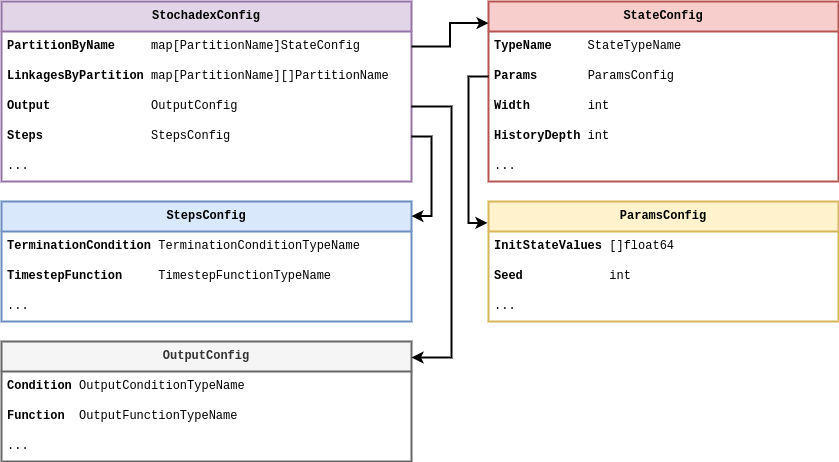
umbralcalc/worlds-of-observation keeps this draw.io diagram as images/stochadex-data-types.drawio.png. Above is the earlier version. Source tidied: cells renumbered, new cells last; positions are measured from the earlier drawing's top-left corner, leaving out a move shared by most shapes.
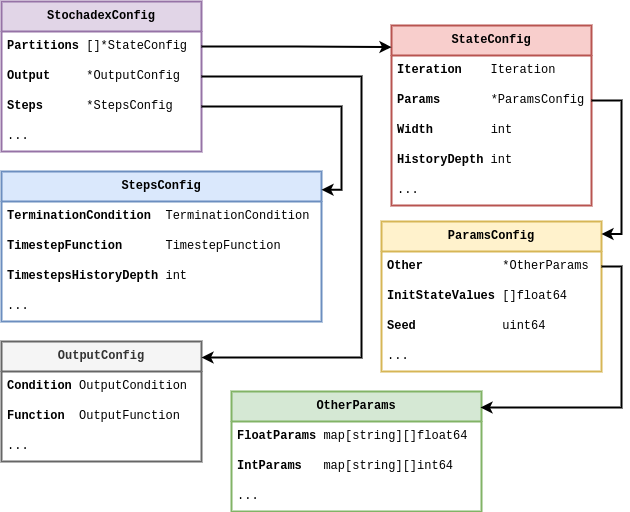
After the commit.

Commit message:
changed diagrams of code in manuscript

The edit, as a diff of the source:
```diff
@@ -3,98 +3,121 @@
     <mxCell id="0" />
     <mxCell id="1" parent="0" />
     <mxCell id="2" value="&lt;b&gt;StochadexConfig&lt;/b&gt;" style="swimlane;fontStyle=0;horizontal=1;startSize=30;whiteSpace=wrap;html=1;fontFamily=Courier New;fillColor=#e1d5e7;strokeColor=#9673a6;strokeWidth=2;" parent="1" vertex="1">
-      <mxGeometry width="410" height="180" as="geometry" />
+      <mxGeometry width="200" height="150" as="geometry" />
     </mxCell>
-    <mxCell id="3" value="&lt;b&gt;PartitionByName&lt;/b&gt;&amp;nbsp; &amp;nbsp; &amp;nbsp;map[PartitionName]StateConfig" style="text;strokeColor=none;fillColor=none;align=left;verticalAlign=middle;spacingLeft=4;spacingRight=4;overflow=hidden;points=[[0,0.5],[1,0.5]];portConstraint=eastwest;whiteSpace=wrap;html=1;fontFamily=Courier New;" parent="2" vertex="1">
-      <mxGeometry y="30" width="410" height="30" as="geometry" />
+    <mxCell id="3" value="&lt;b&gt;Partitions&amp;nbsp;&lt;/b&gt;[]*StateConfig" style="text;strokeColor=none;fillColor=none;align=left;verticalAlign=middle;spacingLeft=4;spacingRight=4;overflow=hidden;points=[[0,0.5],[1,0.5]];portConstraint=eastwest;whiteSpace=wrap;html=1;fontFamily=Courier New;" parent="2" vertex="1">
+      <mxGeometry y="30" width="200" height="30" as="geometry" />
     </mxCell>
-    <mxCell id="4" value="&lt;b&gt;LinkagesByPartition&lt;/b&gt; map[PartitionName][]PartitionName" style="text;strokeColor=none;fillColor=none;align=left;verticalAlign=middle;spacingLeft=4;spacingRight=4;overflow=hidden;whiteSpace=wrap;html=1;fontFamily=Courier New;" parent="2" vertex="1">
-      <mxGeometry y="60" width="410" height="30" as="geometry" />
-    </mxCell>
-    <mxCell id="5" value="&lt;b&gt;Output&lt;/b&gt;&amp;nbsp; &amp;nbsp; &amp;nbsp; &amp;nbsp; &amp;nbsp; &amp;nbsp; &amp;nbsp; OutputConfig" style="text;strokeColor=none;fillColor=none;align=left;verticalAlign=middle;spacingLeft=4;spacingRight=4;overflow=hidden;points=[[0,0.5],[1,0.5]];portConstraint=eastwest;whiteSpace=wrap;html=1;fontFamily=Courier New;" parent="2" vertex="1">
-      <mxGeometry y="90" width="410" height="30" as="geometry" />
+    <mxCell id="5" value="&lt;b&gt;Output&amp;nbsp; &amp;nbsp; &amp;nbsp;&lt;/b&gt;*OutputConfig" style="text;strokeColor=none;fillColor=none;align=left;verticalAlign=middle;spacingLeft=4;spacingRight=4;overflow=hidden;points=[[0,0.5],[1,0.5]];portConstraint=eastwest;whiteSpace=wrap;html=1;fontFamily=Courier New;" parent="2" vertex="1">
+      <mxGeometry y="60" width="200" height="30" as="geometry" />
     </mxCell>
-    <mxCell id="6" value="&lt;b&gt;Steps&lt;/b&gt;&amp;nbsp; &amp;nbsp; &amp;nbsp; &amp;nbsp; &amp;nbsp; &amp;nbsp; &amp;nbsp; &amp;nbsp;StepsConfig" style="text;strokeColor=none;fillColor=none;align=left;verticalAlign=middle;spacingLeft=4;spacingRight=4;overflow=hidden;points=[[0,0.5],[1,0.5]];portConstraint=eastwest;whiteSpace=wrap;html=1;fontFamily=Courier New;" parent="2" vertex="1">
-      <mxGeometry y="120" width="410" height="30" as="geometry" />
+    <mxCell id="6" value="&lt;b&gt;Steps&lt;/b&gt;&amp;nbsp; &amp;nbsp; &amp;nbsp; *StepsConfig" style="text;strokeColor=none;fillColor=none;align=left;verticalAlign=middle;spacingLeft=4;spacingRight=4;overflow=hidden;points=[[0,0.5],[1,0.5]];portConstraint=eastwest;whiteSpace=wrap;html=1;fontFamily=Courier New;" parent="2" vertex="1">
+      <mxGeometry y="90" width="200" height="30" as="geometry" />
     </mxCell>
     <mxCell id="7" value="..." style="text;strokeColor=none;fillColor=none;align=left;verticalAlign=middle;spacingLeft=4;spacingRight=4;overflow=hidden;whiteSpace=wrap;html=1;fontFamily=Courier New;" parent="2" vertex="1">
-      <mxGeometry y="150" width="410" height="30" as="geometry" />
+      <mxGeometry y="120" width="200" height="30" as="geometry" />
     </mxCell>
     <mxCell id="8" value="&lt;b&gt;StateConfig&lt;/b&gt;" style="swimlane;fontStyle=0;horizontal=1;startSize=30;whiteSpace=wrap;html=1;fontFamily=Courier New;fillColor=#f8cecc;strokeColor=#b85450;strokeWidth=2;" parent="1" vertex="1">
-      <mxGeometry x="487" width="350" height="180" as="geometry" />
+      <mxGeometry x="390" y="24" width="200" height="180" as="geometry" />
     </mxCell>
-    <mxCell id="9" value="&lt;b&gt;TypeName&lt;/b&gt;&amp;nbsp; &amp;nbsp; &amp;nbsp;StateTypeName" style="text;strokeColor=none;fillColor=none;align=left;verticalAlign=middle;spacingLeft=4;spacingRight=4;overflow=hidden;whiteSpace=wrap;html=1;fontFamily=Courier New;" parent="8" vertex="1">
-      <mxGeometry y="30" width="350" height="30" as="geometry" />
+    <mxCell id="9" value="&lt;b&gt;Iteration&lt;/b&gt;&amp;nbsp; &amp;nbsp; Iteration" style="text;strokeColor=none;fillColor=none;align=left;verticalAlign=middle;spacingLeft=4;spacingRight=4;overflow=hidden;whiteSpace=wrap;html=1;fontFamily=Courier New;" parent="8" vertex="1">
+      <mxGeometry y="30" width="200" height="30" as="geometry" />
     </mxCell>
-    <mxCell id="10" value="&lt;b&gt;Params&amp;nbsp;&lt;/b&gt; &amp;nbsp; &amp;nbsp; &amp;nbsp;ParamsConfig" style="text;strokeColor=none;fillColor=none;align=left;verticalAlign=middle;spacingLeft=4;spacingRight=4;overflow=hidden;points=[[0,0.5],[1,0.5]];portConstraint=eastwest;whiteSpace=wrap;html=1;fontFamily=Courier New;" parent="8" vertex="1">
-      <mxGeometry y="60" width="350" height="30" as="geometry" />
+    <mxCell id="10" value="&lt;b&gt;Params&amp;nbsp;&lt;/b&gt;&amp;nbsp; &amp;nbsp; &amp;nbsp; *ParamsConfig" style="text;strokeColor=none;fillColor=none;align=left;verticalAlign=middle;spacingLeft=4;spacingRight=4;overflow=hidden;points=[[0,0.5],[1,0.5]];portConstraint=eastwest;whiteSpace=wrap;html=1;fontFamily=Courier New;" parent="8" vertex="1">
+      <mxGeometry y="60" width="200" height="30" as="geometry" />
     </mxCell>
     <mxCell id="11" value="&lt;b&gt;Width&lt;/b&gt;&amp;nbsp; &amp;nbsp; &amp;nbsp; &amp;nbsp; int" style="text;strokeColor=none;fillColor=none;align=left;verticalAlign=middle;spacingLeft=4;spacingRight=4;overflow=hidden;whiteSpace=wrap;html=1;fontFamily=Courier New;" parent="8" vertex="1">
-      <mxGeometry y="90" width="350" height="30" as="geometry" />
+      <mxGeometry y="90" width="200" height="30" as="geometry" />
     </mxCell>
     <mxCell id="12" value="&lt;b&gt;HistoryDepth&lt;/b&gt; int" style="text;strokeColor=none;fillColor=none;align=left;verticalAlign=middle;spacingLeft=4;spacingRight=4;overflow=hidden;whiteSpace=wrap;html=1;fontFamily=Courier New;" parent="8" vertex="1">
-      <mxGeometry y="120" width="350" height="30" as="geometry" />
+      <mxGeometry y="120" width="200" height="30" as="geometry" />
     </mxCell>
     <mxCell id="13" value="..." style="text;strokeColor=none;fillColor=none;align=left;verticalAlign=middle;spacingLeft=4;spacingRight=4;overflow=hidden;whiteSpace=wrap;html=1;fontFamily=Courier New;" parent="8" vertex="1">
-      <mxGeometry y="150" width="350" height="30" as="geometry" />
+      <mxGeometry y="150" width="200" height="30" as="geometry" />
     </mxCell>
     <mxCell id="14" style="edgeStyle=orthogonalEdgeStyle;rounded=0;jettySize=auto;html=1;entryX=0;entryY=0.12;entryDx=0;entryDy=0;entryPerimeter=0;strokeWidth=2;" parent="1" edge="1" source="3" target="8">
       <mxGeometry relative="1" as="geometry" />
     </mxCell>
     <mxCell id="15" value="&lt;b&gt;StepsConfig&lt;/b&gt;" style="swimlane;fontStyle=0;horizontal=1;startSize=30;whiteSpace=wrap;html=1;fontFamily=Courier New;fillColor=#dae8fc;strokeColor=#6c8ebf;strokeWidth=2;" parent="1" vertex="1">
-      <mxGeometry y="200" width="410" height="120" as="geometry" />
+      <mxGeometry y="170" width="320" height="150" as="geometry" />
     </mxCell>
-    <mxCell id="16" value="&lt;b&gt;TerminationCondition&lt;/b&gt; TerminationConditionTypeName" style="text;strokeColor=none;fillColor=none;align=left;verticalAlign=middle;spacingLeft=4;spacingRight=4;overflow=hidden;whiteSpace=wrap;html=1;fontFamily=Courier New;" parent="15" vertex="1">
-      <mxGeometry y="30" width="410" height="30" as="geometry" />
+    <mxCell id="16" value="&lt;b&gt;TerminationCondition&lt;/b&gt;&amp;nbsp; TerminationCondition" style="text;strokeColor=none;fillColor=none;align=left;verticalAlign=middle;spacingLeft=4;spacingRight=4;overflow=hidden;whiteSpace=wrap;html=1;fontFamily=Courier New;" parent="15" vertex="1">
+      <mxGeometry y="30" width="320" height="30" as="geometry" />
     </mxCell>
-    <mxCell id="17" value="&lt;b&gt;TimestepFunction&lt;/b&gt;&amp;nbsp; &amp;nbsp; &amp;nbsp;TimestepFunctionTypeName" style="text;strokeColor=none;fillColor=none;align=left;verticalAlign=middle;spacingLeft=4;spacingRight=4;overflow=hidden;whiteSpace=wrap;html=1;fontFamily=Courier New;" parent="15" vertex="1">
-      <mxGeometry y="60" width="410" height="30" as="geometry" />
+    <mxCell id="17" value="&lt;b&gt;TimestepFunction&lt;/b&gt;&amp;nbsp; &amp;nbsp; &amp;nbsp; TimestepFunction" style="text;strokeColor=none;fillColor=none;align=left;verticalAlign=middle;spacingLeft=4;spacingRight=4;overflow=hidden;whiteSpace=wrap;html=1;fontFamily=Courier New;" parent="15" vertex="1">
+      <mxGeometry y="60" width="320" height="30" as="geometry" />
     </mxCell>
+    <mxCell id="30" value="&lt;b&gt;TimestepsHistoryDepth &lt;/b&gt;int" style="text;strokeColor=none;fillColor=none;align=left;verticalAlign=middle;spacingLeft=4;spacingRight=4;overflow=hidden;whiteSpace=wrap;html=1;fontFamily=Courier New;" parent="15" vertex="1">
+      <mxGeometry y="90" width="320" height="30" as="geometry" />
+    </mxCell>
     <mxCell id="18" value="..." style="text;strokeColor=none;fillColor=none;align=left;verticalAlign=middle;spacingLeft=4;spacingRight=4;overflow=hidden;whiteSpace=wrap;html=1;fontFamily=Courier New;" parent="15" vertex="1">
-      <mxGeometry y="90" width="410" height="30" as="geometry" />
+      <mxGeometry y="120" width="320" height="30" as="geometry" />
     </mxCell>
     <mxCell id="19" value="&lt;b&gt;ParamsConfig&lt;/b&gt;" style="swimlane;fontStyle=0;horizontal=1;startSize=30;whiteSpace=wrap;html=1;fontFamily=Courier New;strokeWidth=2;fillColor=#fff2cc;strokeColor=#d6b656;" parent="1" vertex="1">
-      <mxGeometry x="487" y="200" width="350" height="120" as="geometry" />
+      <mxGeometry x="380" y="220" width="220" height="150" as="geometry" />
     </mxCell>
+    <mxCell id="31" value="&lt;b&gt;Other&lt;/b&gt;&amp;nbsp; &amp;nbsp; &amp;nbsp; &amp;nbsp; &amp;nbsp; &amp;nbsp;*OtherParams" style="text;strokeColor=none;fillColor=none;align=left;verticalAlign=middle;spacingLeft=4;spacingRight=4;overflow=hidden;points=[[0,0.5],[1,0.5]];portConstraint=eastwest;whiteSpace=wrap;html=1;fontFamily=Courier New;" parent="19" vertex="1">
+      <mxGeometry y="30" width="220" height="30" as="geometry" />
+    </mxCell>
     <mxCell id="20" value="&lt;b&gt;InitStateValues&lt;/b&gt; []float64" style="text;strokeColor=none;fillColor=none;align=left;verticalAlign=middle;spacingLeft=4;spacingRight=4;overflow=hidden;whiteSpace=wrap;html=1;fontFamily=Courier New;" parent="19" vertex="1">
-      <mxGeometry y="30" width="350" height="30" as="geometry" />
+      <mxGeometry y="60" width="220" height="30" as="geometry" />
     </mxCell>
-    <mxCell id="21" value="&lt;b&gt;Seed&lt;/b&gt;&amp;nbsp; &amp;nbsp; &amp;nbsp; &amp;nbsp; &amp;nbsp; &amp;nbsp; int" style="text;strokeColor=none;fillColor=none;align=left;verticalAlign=middle;spacingLeft=4;spacingRight=4;overflow=hidden;whiteSpace=wrap;html=1;fontFamily=Courier New;" parent="19" vertex="1">
-      <mxGeometry y="60" width="350" height="30" as="geometry" />
+    <mxCell id="21" value="&lt;b&gt;Seed&lt;/b&gt;&amp;nbsp; &amp;nbsp; &amp;nbsp; &amp;nbsp; &amp;nbsp; &amp;nbsp; uint64" style="text;strokeColor=none;fillColor=none;align=left;verticalAlign=middle;spacingLeft=4;spacingRight=4;overflow=hidden;whiteSpace=wrap;html=1;fontFamily=Courier New;" parent="19" vertex="1">
+      <mxGeometry y="90" width="220" height="30" as="geometry" />
     </mxCell>
     <mxCell id="22" value="..." style="text;strokeColor=none;fillColor=none;align=left;verticalAlign=middle;spacingLeft=4;spacingRight=4;overflow=hidden;whiteSpace=wrap;html=1;fontFamily=Courier New;" parent="19" vertex="1">
-      <mxGeometry y="90" width="350" height="30" as="geometry" />
+      <mxGeometry y="120" width="220" height="30" as="geometry" />
     </mxCell>
-    <mxCell id="23" style="edgeStyle=orthogonalEdgeStyle;rounded=0;jettySize=auto;html=1;entryX=-0.003;entryY=0.178;entryDx=0;entryDy=0;entryPerimeter=0;strokeWidth=2;" parent="1" edge="1" source="10" target="19">
+    <mxCell id="23" style="edgeStyle=orthogonalEdgeStyle;rounded=0;jettySize=auto;html=1;entryX=1;entryY=0.083;entryDx=0;entryDy=0;entryPerimeter=0;strokeWidth=2;exitX=1;exitY=0.5;exitDx=0;exitDy=0;" parent="1" edge="1" source="10" target="19">
       <mxGeometry relative="1" as="geometry" />
     </mxCell>
     <mxCell id="24" style="edgeStyle=orthogonalEdgeStyle;rounded=0;jettySize=auto;html=1;entryX=1;entryY=0.122;entryDx=0;entryDy=0;strokeWidth=2;entryPerimeter=0;exitX=1;exitY=0.5;exitDx=0;exitDy=0;" parent="1" edge="1" source="6" target="15">
       <mxGeometry relative="1" as="geometry">
         <Array as="points">
-          <mxPoint x="430" y="135" />
-          <mxPoint x="430" y="215" />
+          <mxPoint x="340" y="105" />
+          <mxPoint x="340" y="188" />
         </Array>
       </mxGeometry>
     </mxCell>
     <mxCell id="25" value="&lt;b&gt;OutputConfig&lt;/b&gt;" style="swimlane;fontStyle=0;horizontal=1;startSize=30;whiteSpace=wrap;html=1;fontFamily=Courier New;fillColor=#f5f5f5;strokeColor=#666666;strokeWidth=2;fontColor=#333333;" parent="1" vertex="1">
-      <mxGeometry y="340" width="410" height="120" as="geometry" />
+      <mxGeometry y="340" width="200" height="120" as="geometry" />
     </mxCell>
-    <mxCell id="26" value="&lt;b&gt;Condition&lt;/b&gt; OutputConditionTypeName" style="text;strokeColor=none;fillColor=none;align=left;verticalAlign=middle;spacingLeft=4;spacingRight=4;overflow=hidden;whiteSpace=wrap;html=1;fontFamily=Courier New;" parent="25" vertex="1">
-      <mxGeometry y="30" width="410" height="30" as="geometry" />
+    <mxCell id="26" value="&lt;b&gt;Condition&lt;/b&gt; OutputCondition" style="text;strokeColor=none;fillColor=none;align=left;verticalAlign=middle;spacingLeft=4;spacingRight=4;overflow=hidden;whiteSpace=wrap;html=1;fontFamily=Courier New;" parent="25" vertex="1">
+      <mxGeometry y="30" width="200" height="30" as="geometry" />
     </mxCell>
-    <mxCell id="27" value="&lt;b&gt;Function&lt;/b&gt;&amp;nbsp; OutputFunctionTypeName" style="text;strokeColor=none;fillColor=none;align=left;verticalAlign=middle;spacingLeft=4;spacingRight=4;overflow=hidden;whiteSpace=wrap;html=1;fontFamily=Courier New;" parent="25" vertex="1">
-      <mxGeometry y="60" width="410" height="30" as="geometry" />
+    <mxCell id="27" value="&lt;b&gt;Function&lt;/b&gt;&amp;nbsp; OutputFunction" style="text;strokeColor=none;fillColor=none;align=left;verticalAlign=middle;spacingLeft=4;spacingRight=4;overflow=hidden;whiteSpace=wrap;html=1;fontFamily=Courier New;" parent="25" vertex="1">
+      <mxGeometry y="60" width="200" height="30" as="geometry" />
     </mxCell>
     <mxCell id="28" value="..." style="text;strokeColor=none;fillColor=none;align=left;verticalAlign=middle;spacingLeft=4;spacingRight=4;overflow=hidden;whiteSpace=wrap;html=1;fontFamily=Courier New;" parent="25" vertex="1">
-      <mxGeometry y="90" width="410" height="30" as="geometry" />
+      <mxGeometry y="90" width="200" height="30" as="geometry" />
     </mxCell>
     <mxCell id="29" style="edgeStyle=orthogonalEdgeStyle;rounded=0;jettySize=auto;html=1;exitX=1;exitY=0.5;exitDx=0;exitDy=0;strokeWidth=2;entryX=1;entryY=0.133;entryDx=0;entryDy=0;entryPerimeter=0;" parent="1" edge="1" source="5" target="25">
       <mxGeometry relative="1" as="geometry">
         <Array as="points">
-          <mxPoint x="450" y="105" />
-          <mxPoint x="450" y="356" />
+          <mxPoint x="360" y="75" />
+          <mxPoint x="360" y="356" />
         </Array>
       </mxGeometry>
     </mxCell>
+    <mxCell id="32" value="&lt;b&gt;OtherParams&lt;/b&gt;" style="swimlane;fontStyle=0;horizontal=1;startSize=30;whiteSpace=wrap;html=1;fontFamily=Courier New;strokeWidth=2;fillColor=#d5e8d4;strokeColor=#82b366;" parent="1" vertex="1">
+      <mxGeometry x="230" y="390" width="250" height="120" as="geometry" />
+    </mxCell>
+    <mxCell id="33" value="&lt;b&gt;FloatParams &lt;/b&gt;map[string][]float64" style="text;strokeColor=none;fillColor=none;align=left;verticalAlign=middle;spacingLeft=4;spacingRight=4;overflow=hidden;whiteSpace=wrap;html=1;fontFamily=Courier New;" parent="32" vertex="1">
+      <mxGeometry y="30" width="250" height="30" as="geometry" />
+    </mxCell>
+    <mxCell id="34" value="&lt;b&gt;IntParams&amp;nbsp; &amp;nbsp;&lt;/b&gt;map[string][]int64" style="text;strokeColor=none;fillColor=none;align=left;verticalAlign=middle;spacingLeft=4;spacingRight=4;overflow=hidden;whiteSpace=wrap;html=1;fontFamily=Courier New;" parent="32" vertex="1">
+      <mxGeometry y="60" width="250" height="30" as="geometry" />
+    </mxCell>
+    <mxCell id="35" value="..." style="text;strokeColor=none;fillColor=none;align=left;verticalAlign=middle;spacingLeft=4;spacingRight=4;overflow=hidden;whiteSpace=wrap;html=1;fontFamily=Courier New;" parent="32" vertex="1">
+      <mxGeometry y="90" width="250" height="30" as="geometry" />
+    </mxCell>
+    <mxCell id="36" style="edgeStyle=orthogonalEdgeStyle;rounded=0;jettySize=auto;html=1;entryX=0.996;entryY=0.133;entryDx=0;entryDy=0;entryPerimeter=0;strokeWidth=2;" parent="1" edge="1" source="31" target="32">
+      <mxGeometry relative="1" as="geometry">
+        <Array as="points">
+          <mxPoint x="620" y="265" />
+          <mxPoint x="620" y="406" />
+        </Array>
+      </mxGeometry>
+    </mxCell>
   </root>
 </mxGraphModel>
```
